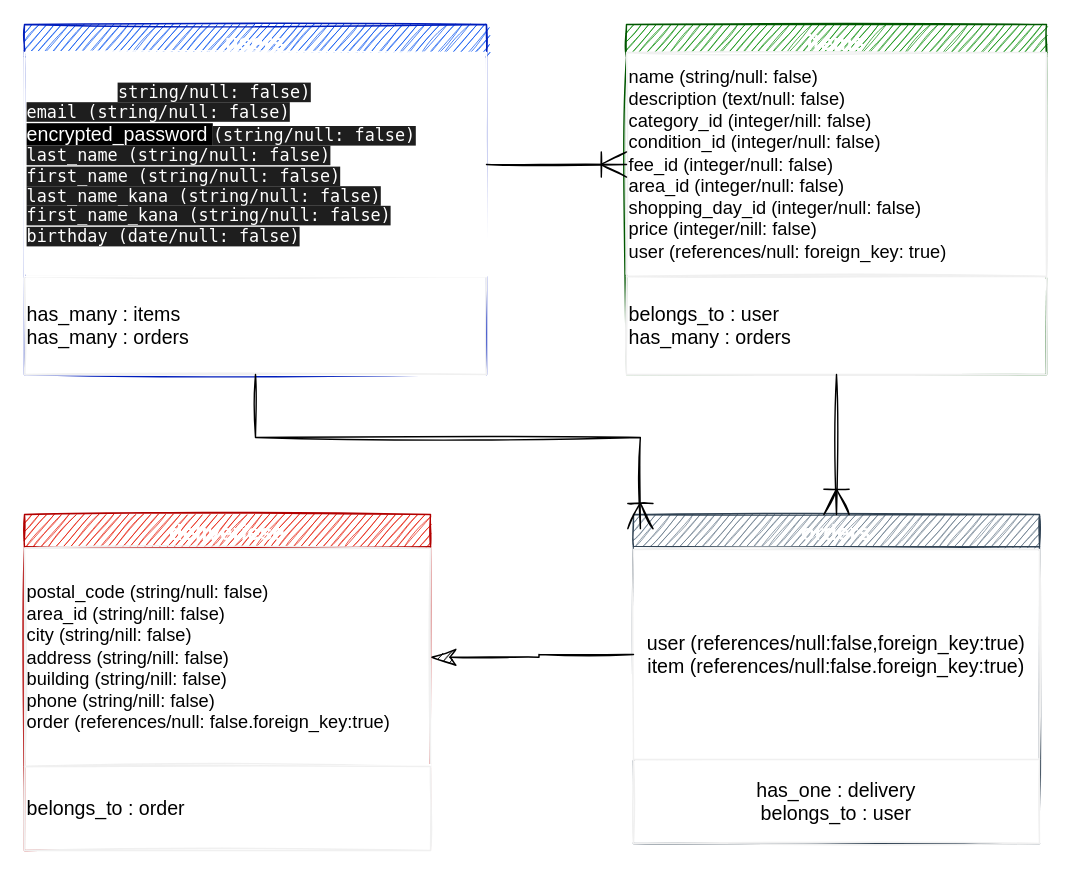
hideaking2021/furima-36772 keeps this draw.io diagram as furima.dio. Above is the earlier version. Source tidied: cells renumbered, new cells numbered last; positions are measured from the earlier drawing's top-left corner, leaving out a move shared by most shapes. Both pictures are drawn from the tidied source at 140%, with x=0, y=0 at pixel (24, 24).
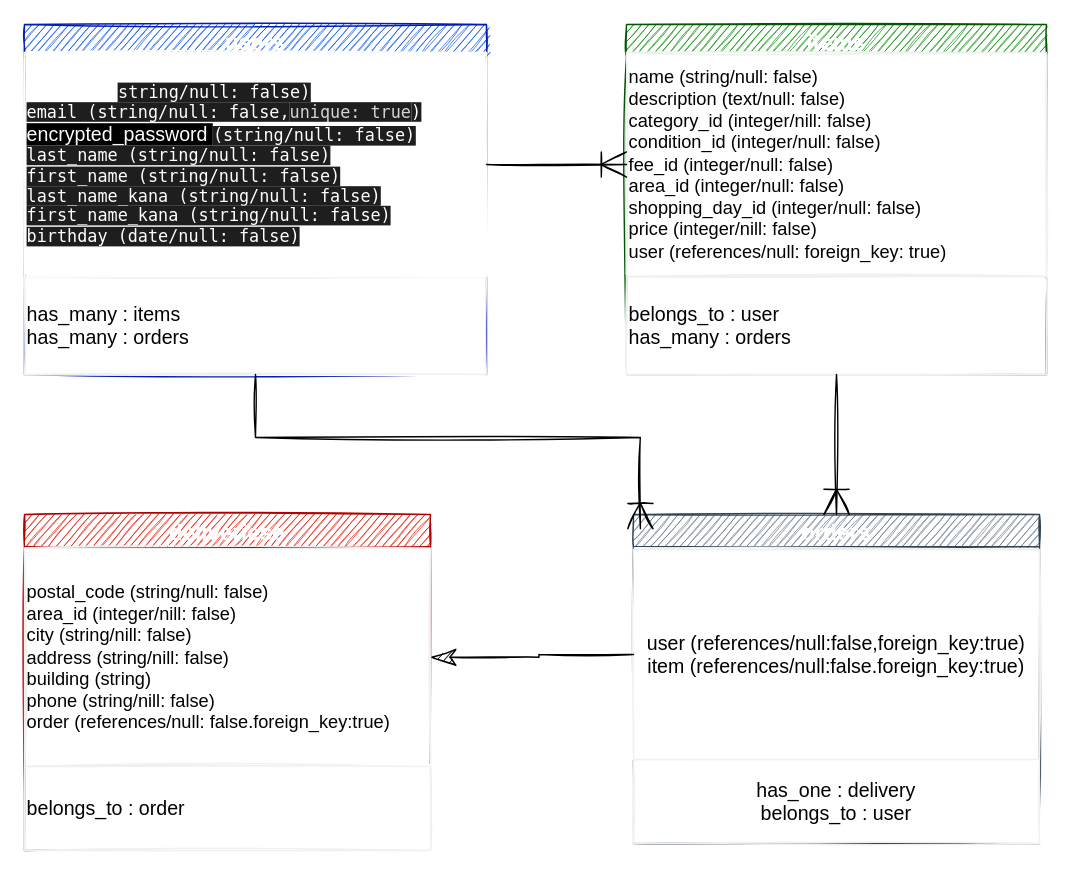
The same diagram, later.

Commit message (it also covers changes not shown here):
データベース修正2

Change to the diagram source:
```diff
@@
 <mxGraphModel>
   <root>
     <mxCell id="0" />
     <mxCell id="1" parent="0" />
     <mxCell id="2" value="users" style="swimlane;sketch=1;verticalAlign=middle;fontStyle=1;fontSize=16;fillColor=#0050ef;strokeColor=#001DBC;fontColor=#ffffff;" parent="1" vertex="1">
       <mxGeometry width="330" height="250" as="geometry" />
     </mxCell>
     <mxCell id="3" value="&lt;font style=&quot;font-size: 14px;&quot;&gt;has_many : items&lt;br style=&quot;font-size: 14px;&quot;&gt;has_many : orders&lt;br style=&quot;font-size: 14px;&quot;&gt;&lt;/font&gt;" style="rounded=0;whiteSpace=wrap;html=1;sketch=1;fontSize=14;strokeColor=#F0F0F0;align=left;verticalAlign=middle;" parent="2" vertex="1">
       <mxGeometry y="180" width="330" height="70" as="geometry" />
     </mxCell>
-    <mxCell id="4" value="&lt;font style=&quot;font-size: 12px&quot; color=&quot;#ffffff&quot;&gt;&lt;span style=&quot;font-size: 12px&quot;&gt;nickname&amp;nbsp; &amp;nbsp;(&lt;/span&gt;&lt;span style=&quot;font-size: 12px ; background-color: rgb(30 , 30 , 30) ; font-family: &amp;#34;menlo&amp;#34; , &amp;#34;monaco&amp;#34; , &amp;#34;courier new&amp;#34; , monospace&quot;&gt;string/null: false)&lt;br style=&quot;font-size: 12px&quot;&gt;&lt;/span&gt;&lt;span style=&quot;font-size: 12px ; font-family: &amp;#34;menlo&amp;#34; , &amp;#34;monaco&amp;#34; , &amp;#34;courier new&amp;#34; , monospace ; background-color: rgb(30 , 30 , 30)&quot;&gt;email (string/null: false&lt;/span&gt;&lt;span style=&quot;font-size: 12px ; font-family: &amp;#34;menlo&amp;#34; , &amp;#34;monaco&amp;#34; , &amp;#34;courier new&amp;#34; , monospace ; background-color: rgb(30 , 30 , 30)&quot;&gt;)&lt;/span&gt;&lt;span style=&quot;font-size: 12px ; font-family: &amp;#34;menlo&amp;#34; , &amp;#34;monaco&amp;#34; , &amp;#34;courier new&amp;#34; , monospace ; background-color: rgb(30 , 30 , 30)&quot;&gt;&lt;br style=&quot;font-size: 12px&quot;&gt;&lt;/span&gt;&lt;span style=&quot;font-size: 14px ; background-color: rgb(0 , 0 , 0)&quot;&gt;encrypted_password&amp;nbsp;&lt;/span&gt;&lt;/font&gt;&lt;span style=&quot;background-color: rgb(30 , 30 , 30) ; font-family: &amp;#34;menlo&amp;#34; , &amp;#34;monaco&amp;#34; , &amp;#34;courier new&amp;#34; , monospace ; color: rgb(255 , 255 , 255)&quot;&gt;(string/null: false)&lt;/span&gt;&lt;font style=&quot;font-size: 12px&quot; color=&quot;#ffffff&quot;&gt;&lt;span style=&quot;font-size: 14px ; background-color: rgb(0 , 0 , 0)&quot;&gt;&lt;br&gt;&lt;/span&gt;&lt;div style=&quot;font-size: 12px&quot;&gt;&lt;span style=&quot;font-family: &amp;#34;menlo&amp;#34; , &amp;#34;monaco&amp;#34; , &amp;#34;courier new&amp;#34; , monospace ; font-size: 12px&quot;&gt;&lt;span style=&quot;background-color: rgb(30 , 30 , 30) ; font-size: 12px&quot;&gt;last_name (string/null: false)&lt;/span&gt;&lt;/span&gt;&lt;/div&gt;&lt;div style=&quot;font-size: 12px&quot;&gt;&lt;span style=&quot;font-family: &amp;#34;menlo&amp;#34; , &amp;#34;monaco&amp;#34; , &amp;#34;courier new&amp;#34; , monospace ; font-size: 12px&quot;&gt;&lt;span style=&quot;background-color: rgb(30 , 30 , 30) ; font-size: 12px&quot;&gt;first_name (string/null: false)&lt;/span&gt;&lt;/span&gt;&lt;/div&gt;&lt;div style=&quot;font-size: 12px&quot;&gt;&lt;span style=&quot;font-family: &amp;#34;menlo&amp;#34; , &amp;#34;monaco&amp;#34; , &amp;#34;courier new&amp;#34; , monospace ; font-size: 12px&quot;&gt;&lt;span style=&quot;background-color: rgb(30 , 30 , 30) ; font-size: 12px&quot;&gt;last_name_kana (string/null: false)&lt;/span&gt;&lt;/span&gt;&lt;/div&gt;&lt;/font&gt;&lt;div style=&quot;font-size: 12px&quot;&gt;&lt;font face=&quot;menlo, monaco, courier new, monospace&quot; style=&quot;font-size: 12px&quot; color=&quot;#ffffff&quot;&gt;&lt;span style=&quot;font-size: 12px ; background-color: rgb(30 , 30 , 30)&quot;&gt;first_name_kana (string/null: false)&lt;/span&gt;&lt;/font&gt;&lt;/div&gt;&lt;div style=&quot;font-size: 12px&quot;&gt;&lt;font face=&quot;menlo, monaco, courier new, monospace&quot; style=&quot;font-size: 12px&quot; color=&quot;#ffffff&quot;&gt;&lt;span style=&quot;font-size: 12px ; background-color: rgb(30 , 30 , 30)&quot;&gt;birthday (date/null: false)&lt;/span&gt;&lt;/font&gt;&lt;/div&gt;" style="rounded=0;whiteSpace=wrap;html=1;sketch=1;fontSize=12;verticalAlign=middle;align=left;fontStyle=0;strokeColor=#FFFFFF;" parent="2" vertex="1">
+    <mxCell id="4" value="&lt;font style=&quot;font-size: 12px&quot; color=&quot;#ffffff&quot;&gt;&lt;span style=&quot;font-size: 12px&quot;&gt;nickname&amp;nbsp; &amp;nbsp;(&lt;/span&gt;&lt;span style=&quot;font-size: 12px ; background-color: rgb(30 , 30 , 30) ; font-family: &amp;#34;menlo&amp;#34; , &amp;#34;monaco&amp;#34; , &amp;#34;courier new&amp;#34; , monospace&quot;&gt;string/null: false)&lt;br style=&quot;font-size: 12px&quot;&gt;&lt;/span&gt;&lt;span style=&quot;font-size: 12px ; font-family: &amp;#34;menlo&amp;#34; , &amp;#34;monaco&amp;#34; , &amp;#34;courier new&amp;#34; , monospace ; background-color: rgb(30 , 30 , 30)&quot;&gt;email (string/null: false,&lt;/span&gt;&lt;/font&gt;&lt;span style=&quot;background-color: rgb(30 , 30 , 30) ; color: rgb(212 , 212 , 212) ; font-family: &amp;#34;menlo&amp;#34; , &amp;#34;monaco&amp;#34; , &amp;#34;courier new&amp;#34; , monospace&quot;&gt;unique: true&lt;/span&gt;&lt;span style=&quot;background-color: rgb(30 , 30 , 30) ; font-family: &amp;#34;menlo&amp;#34; , &amp;#34;monaco&amp;#34; , &amp;#34;courier new&amp;#34; , monospace ; color: rgb(255 , 255 , 255)&quot;&gt;)&lt;/span&gt;&lt;br&gt;&lt;font style=&quot;font-size: 12px&quot; color=&quot;#ffffff&quot;&gt;&lt;span style=&quot;font-size: 14px ; background-color: rgb(0 , 0 , 0)&quot;&gt;encrypted_password&amp;nbsp;&lt;/span&gt;&lt;/font&gt;&lt;span style=&quot;background-color: rgb(30 , 30 , 30) ; font-family: &amp;#34;menlo&amp;#34; , &amp;#34;monaco&amp;#34; , &amp;#34;courier new&amp;#34; , monospace ; color: rgb(255 , 255 , 255)&quot;&gt;(string/null: false)&lt;/span&gt;&lt;font style=&quot;font-size: 12px&quot; color=&quot;#ffffff&quot;&gt;&lt;span style=&quot;font-size: 14px ; background-color: rgb(0 , 0 , 0)&quot;&gt;&lt;br&gt;&lt;/span&gt;&lt;div style=&quot;font-size: 12px&quot;&gt;&lt;span style=&quot;font-family: &amp;#34;menlo&amp;#34; , &amp;#34;monaco&amp;#34; , &amp;#34;courier new&amp;#34; , monospace ; font-size: 12px&quot;&gt;&lt;span style=&quot;background-color: rgb(30 , 30 , 30) ; font-size: 12px&quot;&gt;last_name (string/null: false)&lt;/span&gt;&lt;/span&gt;&lt;/div&gt;&lt;div style=&quot;font-size: 12px&quot;&gt;&lt;span style=&quot;font-family: &amp;#34;menlo&amp;#34; , &amp;#34;monaco&amp;#34; , &amp;#34;courier new&amp;#34; , monospace ; font-size: 12px&quot;&gt;&lt;span style=&quot;background-color: rgb(30 , 30 , 30) ; font-size: 12px&quot;&gt;first_name (string/null: false)&lt;/span&gt;&lt;/span&gt;&lt;/div&gt;&lt;div style=&quot;font-size: 12px&quot;&gt;&lt;span style=&quot;font-family: &amp;#34;menlo&amp;#34; , &amp;#34;monaco&amp;#34; , &amp;#34;courier new&amp;#34; , monospace ; font-size: 12px&quot;&gt;&lt;span style=&quot;background-color: rgb(30 , 30 , 30) ; font-size: 12px&quot;&gt;last_name_kana (string/null: false)&lt;/span&gt;&lt;/span&gt;&lt;/div&gt;&lt;/font&gt;&lt;div style=&quot;font-size: 12px&quot;&gt;&lt;font face=&quot;menlo, monaco, courier new, monospace&quot; style=&quot;font-size: 12px&quot; color=&quot;#ffffff&quot;&gt;&lt;span style=&quot;font-size: 12px ; background-color: rgb(30 , 30 , 30)&quot;&gt;first_name_kana (string/null: false)&lt;/span&gt;&lt;/font&gt;&lt;/div&gt;&lt;div style=&quot;font-size: 12px&quot;&gt;&lt;font face=&quot;menlo, monaco, courier new, monospace&quot; style=&quot;font-size: 12px&quot; color=&quot;#ffffff&quot;&gt;&lt;span style=&quot;font-size: 12px ; background-color: rgb(30 , 30 , 30)&quot;&gt;birthday (date/null: false)&lt;/span&gt;&lt;/font&gt;&lt;/div&gt;" style="rounded=0;whiteSpace=wrap;html=1;sketch=1;fontSize=12;verticalAlign=middle;align=left;fontStyle=0;strokeColor=#FFFFFF;" parent="2" vertex="1">
       <mxGeometry y="20" width="330" height="160" as="geometry" />
     </mxCell>
     <mxCell id="5" value="items" style="swimlane;sketch=1;fontSize=16;strokeColor=#005700;align=center;verticalAlign=middle;fillColor=#008a00;fontColor=#ffffff;" parent="1" vertex="1">
       <mxGeometry x="430" width="300" height="250" as="geometry" />
     </mxCell>
     <mxCell id="6" value="name (string/null: false)&lt;br style=&quot;font-size: 13px&quot;&gt;description (text/null: false)&lt;br style=&quot;font-size: 13px&quot;&gt;category_id (integer/nill: false)&lt;br style=&quot;font-size: 13px&quot;&gt;condition_id (integer/null: false)&lt;br style=&quot;font-size: 13px&quot;&gt;fee_id (integer/null: false)&lt;br style=&quot;font-size: 13px&quot;&gt;area_id (integer/null: false)&lt;br style=&quot;font-size: 13px&quot;&gt;shopping_day_id (integer/null: false)&lt;br style=&quot;font-size: 13px&quot;&gt;price (integer/nill: false)&lt;br&gt;user (references/null: foreign_key: true)" style="rounded=0;whiteSpace=wrap;html=1;sketch=1;fontSize=13;strokeColor=#F0F0F0;align=left;verticalAlign=middle;" parent="5" vertex="1">
       <mxGeometry y="20" width="300" height="160" as="geometry" />
     </mxCell>
     <mxCell id="7" value="belongs_to : user&lt;br style=&quot;font-size: 14px;&quot;&gt;has_many : orders" style="rounded=0;whiteSpace=wrap;html=1;sketch=1;fontSize=14;strokeColor=#F0F0F0;align=left;verticalAlign=middle;" parent="5" vertex="1">
       <mxGeometry y="180" width="300" height="70" as="geometry" />
     </mxCell>
     <mxCell id="8" value="orders" style="swimlane;sketch=1;fontSize=16;strokeColor=#314354;align=center;verticalAlign=middle;fillColor=#647687;fontColor=#ffffff;" parent="1" vertex="1">
       <mxGeometry x="435" y="350" width="290" height="235" as="geometry" />
     </mxCell>
     <mxCell id="9" value="user (references/null:false,foreign_key:true)&lt;br style=&quot;font-size: 14px;&quot;&gt;item (references/null:false.foreign_key:true)" style="whiteSpace=wrap;html=1;sketch=1;fontSize=14;strokeColor=#F0F0F0;align=center;verticalAlign=middle;" parent="8" vertex="1">
       <mxGeometry y="25" width="290" height="150" as="geometry" />
     </mxCell>
     <mxCell id="10" value="has_one : delivery&lt;br&gt;belongs_to : user" style="rounded=0;whiteSpace=wrap;html=1;sketch=1;fontSize=14;strokeColor=#F0F0F0;align=center;verticalAlign=middle;" parent="8" vertex="1">
       <mxGeometry y="175" width="290" height="60" as="geometry" />
     </mxCell>
     <mxCell id="11" style="edgeStyle=orthogonalEdgeStyle;rounded=0;sketch=1;jettySize=auto;html=1;fontSize=12;endArrow=ERoneToMany;endFill=0;endSize=16;" parent="1" edge="1" source="4" target="6">
       <mxGeometry relative="1" as="geometry" />
     </mxCell>
     <mxCell id="12" value="deliveriese" style="swimlane;sketch=1;fontSize=16;strokeColor=#B20000;align=center;verticalAlign=middle;fillColor=#e51400;fontColor=#ffffff;" parent="1" vertex="1">
       <mxGeometry y="350" width="290" height="240" as="geometry" />
     </mxCell>
-    <mxCell id="13" value="postal_code (string/null: false)&lt;br style=&quot;font-size: 13px&quot;&gt;area_id (string/nill: false)&lt;br style=&quot;font-size: 13px&quot;&gt;city (string/nill: false)&lt;br style=&quot;font-size: 13px&quot;&gt;address (string/nill: false)&lt;br style=&quot;font-size: 13px&quot;&gt;building (string/nill: false)&lt;br style=&quot;font-size: 13px&quot;&gt;phone (string/nill: false)&lt;br&gt;order (references/null: false.foreign_key:true)" style="rounded=0;whiteSpace=wrap;html=1;sketch=1;fontSize=13;strokeColor=#F0F0F0;align=left;verticalAlign=middle;" parent="12" vertex="1">
+    <mxCell id="13" value="postal_code (string/null: false)&lt;br style=&quot;font-size: 13px&quot;&gt;area_id (integer/nill: false)&lt;br style=&quot;font-size: 13px&quot;&gt;city (string/nill: false)&lt;br style=&quot;font-size: 13px&quot;&gt;address (string/nill: false)&lt;br style=&quot;font-size: 13px&quot;&gt;building (string)&lt;br style=&quot;font-size: 13px&quot;&gt;phone (string/nill: false)&lt;br&gt;order (references/null: false.foreign_key:true)" style="rounded=0;whiteSpace=wrap;html=1;sketch=1;fontSize=13;strokeColor=#F0F0F0;align=left;verticalAlign=middle;" parent="12" vertex="1">
       <mxGeometry y="24" width="290" height="156" as="geometry" />
     </mxCell>
     <mxCell id="14" value="belongs_to : order" style="rounded=0;whiteSpace=wrap;html=1;sketch=1;fontSize=14;strokeColor=#F0F0F0;align=left;verticalAlign=middle;" parent="12" vertex="1">
       <mxGeometry y="180" width="290" height="60" as="geometry" />
     </mxCell>
     <mxCell id="15" style="edgeStyle=orthogonalEdgeStyle;rounded=0;sketch=1;jettySize=auto;html=1;exitX=0.5;exitY=1;exitDx=0;exitDy=0;entryX=0.017;entryY=0.043;entryDx=0;entryDy=0;entryPerimeter=0;fontSize=12;endArrow=ERoneToMany;endFill=0;endSize=16;" parent="1" edge="1" source="3" target="8">
       <mxGeometry relative="1" as="geometry" />
     </mxCell>
     <mxCell id="16" style="edgeStyle=orthogonalEdgeStyle;rounded=0;sketch=1;jettySize=auto;html=1;exitX=0;exitY=0.5;exitDx=0;exitDy=0;entryX=1;entryY=0.5;entryDx=0;entryDy=0;fontSize=14;endArrow=classicThin;endFill=1;endSize=16;" parent="1" edge="1" source="9" target="13">
       <mxGeometry relative="1" as="geometry" />
     </mxCell>
     <mxCell id="17" style="edgeStyle=orthogonalEdgeStyle;rounded=0;sketch=1;jettySize=auto;html=1;fontSize=14;endArrow=ERoneToMany;endFill=0;endSize=16;" parent="1" edge="1" source="7" target="8">
       <mxGeometry relative="1" as="geometry" />
     </mxCell>
   </root>
 </mxGraphModel>
```
